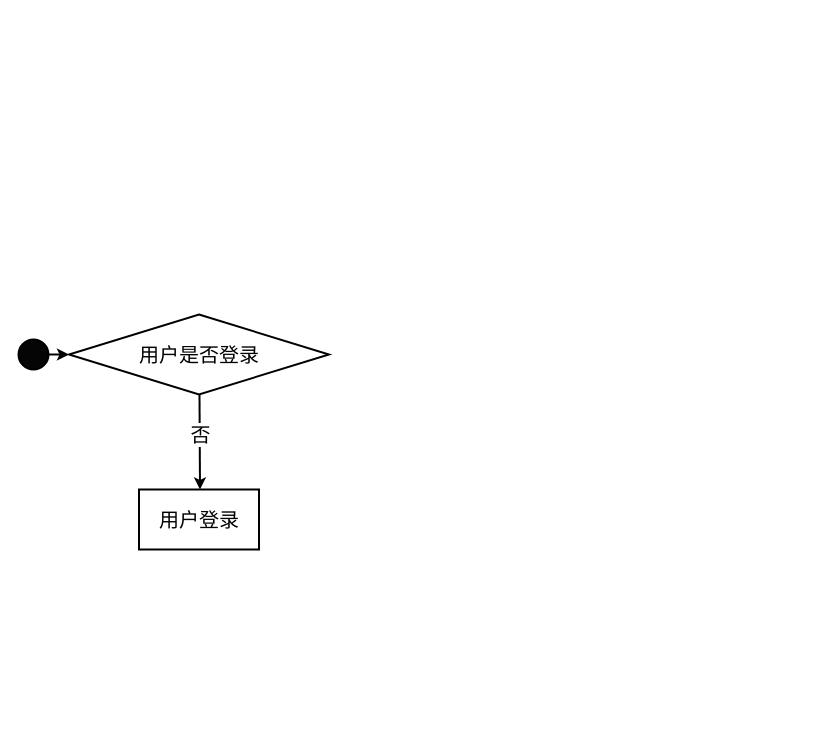
This is 2024-BUAA-SE/需求规格书/管理维护模块-业务流程.drawio from jongsh/drawio, a draw.io file, before an edit. Source tidied: cells renumbered, new cells numbered last; positions are measured from the earlier drawing's top-left corner, leaving out a move shared by most shapes. Both pictures are drawn from the tidied source at 100%, with x=0, y=0 at pixel (18, 314).
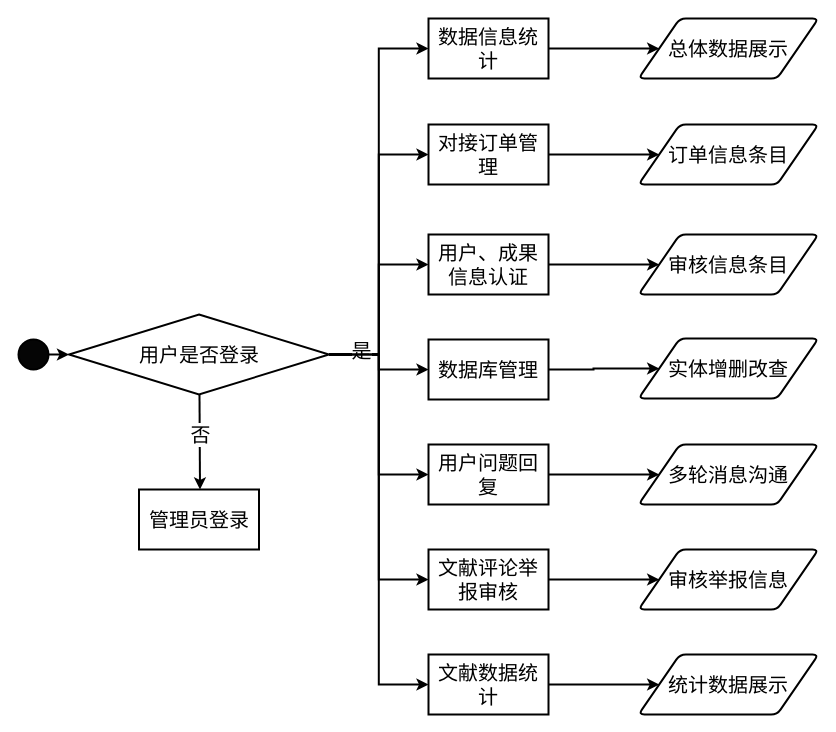
Above is the later version.

Commit message (it also covers changes not shown here):
更新管理维护模块-业务流程.drawio

Unchanged cells that the change refers to:
```xml
<mxCell id="3" value="&lt;font style=&quot;font-size: 20px;&quot;&gt;用户是否登录&lt;/font&gt;" style="rhombus;whiteSpace=wrap;html=1;strokeWidth=2;spacing=2;fontSize=20;fontColor=default;labelBackgroundColor=none;horizontal=1;" parent="1" vertex="1">
  <mxGeometry x="50.5" width="260" height="80" as="geometry" />
</mxCell>
<mxCell id="4" style="group;strokeWidth=2;spacing=2;fontSize=20;fontColor=default;labelBackgroundColor=none;horizontal=1;" parent="1" vertex="1">
  <mxGeometry x="120.5" y="175" width="120" height="60" as="geometry" />
</mxCell>
```

The edit, as a diff of the source:
```diff
@@
+    <mxCell id="9" style="edgeStyle=orthogonalEdgeStyle;rounded=0;jettySize=auto;html=1;exitX=1;exitY=0.5;exitDx=0;exitDy=0;entryX=0;entryY=0.5;entryDx=0;entryDy=0;fontSize=20;strokeWidth=2;" parent="1" edge="1" source="3" target="18">
+      <mxGeometry relative="1" as="geometry" />
+    </mxCell>
+    <mxCell id="10" style="edgeStyle=orthogonalEdgeStyle;rounded=0;jettySize=auto;html=1;exitX=1;exitY=0.5;exitDx=0;exitDy=0;entryX=0;entryY=0.5;entryDx=0;entryDy=0;fontSize=20;strokeWidth=2;" parent="1" edge="1" source="3" target="29">
+      <mxGeometry relative="1" as="geometry" />
+    </mxCell>
+    <mxCell id="11" style="edgeStyle=orthogonalEdgeStyle;rounded=0;jettySize=auto;html=1;exitX=1;exitY=0.5;exitDx=0;exitDy=0;entryX=0;entryY=0.5;entryDx=0;entryDy=0;fontSize=20;strokeWidth=2;" parent="1" edge="1" source="3" target="31">
+      <mxGeometry relative="1" as="geometry" />
+    </mxCell>
+    <mxCell id="12" style="edgeStyle=orthogonalEdgeStyle;rounded=0;jettySize=auto;html=1;exitX=1;exitY=0.5;exitDx=0;exitDy=0;entryX=0;entryY=0.5;entryDx=0;entryDy=0;fontSize=20;strokeWidth=2;" parent="1" edge="1" source="3" target="22">
+      <mxGeometry relative="1" as="geometry" />
+    </mxCell>
+    <mxCell id="13" style="edgeStyle=orthogonalEdgeStyle;rounded=0;jettySize=auto;html=1;exitX=1;exitY=0.5;exitDx=0;exitDy=0;entryX=0;entryY=0.5;entryDx=0;entryDy=0;fontSize=20;strokeWidth=2;" parent="1" edge="1" source="3" target="20">
+      <mxGeometry relative="1" as="geometry" />
+    </mxCell>
+    <mxCell id="14" value="是" style="edgeLabel;html=1;align=center;verticalAlign=middle;fontSize=20;" parent="13" vertex="1">
+      <mxGeometry x="-0.78" y="5" relative="1" as="geometry">
+        <mxPoint x="-1" as="offset" />
+      </mxGeometry>
+    </mxCell>
+    <mxCell id="15" style="edgeStyle=orthogonalEdgeStyle;rounded=0;jettySize=auto;html=1;exitX=1;exitY=0.5;exitDx=0;exitDy=0;entryX=0;entryY=0.5;entryDx=0;entryDy=0;strokeWidth=2;" parent="1" edge="1" source="3" target="38">
+      <mxGeometry relative="1" as="geometry" />
+    </mxCell>
+    <mxCell id="16" style="edgeStyle=orthogonalEdgeStyle;rounded=0;jettySize=auto;html=1;exitX=1;exitY=0.5;exitDx=0;exitDy=0;entryX=0;entryY=0.5;entryDx=0;entryDy=0;strokeWidth=2;" parent="1" edge="1" source="3" target="40">
+      <mxGeometry relative="1" as="geometry" />
+    </mxCell>
@@
-    <mxCell id="5" value="&lt;font style=&quot;font-size: 20px;&quot;&gt;用户登录&lt;/font&gt;" style="rounded=0;whiteSpace=wrap;html=1;strokeWidth=2;spacing=2;fontSize=20;fontColor=default;labelBackgroundColor=none;horizontal=1;" parent="4" vertex="1">
+    <mxCell id="5" value="&lt;font style=&quot;font-size: 20px;&quot;&gt;管理员登录&lt;/font&gt;" style="rounded=0;whiteSpace=wrap;html=1;strokeWidth=2;spacing=2;fontSize=20;fontColor=default;labelBackgroundColor=none;horizontal=1;" parent="4" vertex="1">
       <mxGeometry width="120" height="60" as="geometry" />
     </mxCell>
@@
+    <mxCell id="17" style="group;strokeWidth=2;spacing=2;fontSize=20;fontColor=default;labelBackgroundColor=none;horizontal=1;" parent="1" vertex="1">
+      <mxGeometry x="410" y="-80" width="120" height="60" as="geometry" />
+    </mxCell>
+    <mxCell id="18" value="&lt;font style=&quot;font-size: 20px;&quot;&gt;用户、成果信息认证&lt;/font&gt;" style="rounded=0;whiteSpace=wrap;html=1;strokeWidth=2;spacing=2;fontSize=20;fontColor=default;labelBackgroundColor=none;horizontal=1;" parent="17" vertex="1">
+      <mxGeometry width="120" height="60" as="geometry" />
+    </mxCell>
+    <mxCell id="19" style="group;strokeWidth=2;spacing=2;fontSize=20;fontColor=default;labelBackgroundColor=none;horizontal=1;" parent="1" vertex="1">
+      <mxGeometry x="410" y="-190" width="120" height="60" as="geometry" />
+    </mxCell>
+    <mxCell id="20" value="&lt;font style=&quot;font-size: 20px;&quot;&gt;对接订单管理&lt;/font&gt;" style="rounded=0;whiteSpace=wrap;html=1;strokeWidth=2;spacing=2;fontSize=20;fontColor=default;labelBackgroundColor=none;horizontal=1;" parent="19" vertex="1">
+      <mxGeometry width="120" height="60" as="geometry" />
+    </mxCell>
+    <mxCell id="21" style="group;strokeWidth=2;spacing=2;fontSize=20;fontColor=default;labelBackgroundColor=none;horizontal=1;" parent="1" vertex="1">
+      <mxGeometry x="410" y="-296" width="120" height="60" as="geometry" />
+    </mxCell>
+    <mxCell id="22" value="&lt;font style=&quot;font-size: 20px;&quot;&gt;数据信息统计&lt;/font&gt;" style="rounded=0;whiteSpace=wrap;html=1;strokeWidth=2;spacing=2;fontSize=20;fontColor=default;labelBackgroundColor=none;horizontal=1;" parent="21" vertex="1">
+      <mxGeometry width="120" height="60" as="geometry" />
+    </mxCell>
+    <mxCell id="23" value="总体数据展示" style="shape=parallelogram;html=1;strokeWidth=2;perimeter=parallelogramPerimeter;whiteSpace=wrap;rounded=1;arcSize=12;size=0.23;fontSize=20;" parent="1" vertex="1">
+      <mxGeometry x="620" y="-296" width="180" height="60" as="geometry" />
+    </mxCell>
+    <mxCell id="24" value="订单信息条目" style="shape=parallelogram;html=1;strokeWidth=2;perimeter=parallelogramPerimeter;whiteSpace=wrap;rounded=1;arcSize=12;size=0.23;fontSize=20;" parent="1" vertex="1">
+      <mxGeometry x="620" y="-190" width="180" height="60" as="geometry" />
+    </mxCell>
+    <mxCell id="25" value="多轮消息沟通" style="shape=parallelogram;html=1;strokeWidth=2;perimeter=parallelogramPerimeter;whiteSpace=wrap;rounded=1;arcSize=12;size=0.23;fontSize=20;" parent="1" vertex="1">
+      <mxGeometry x="620" y="130" width="180" height="60" as="geometry" />
+    </mxCell>
+    <mxCell id="26" value="审核信息条目" style="shape=parallelogram;html=1;strokeWidth=2;perimeter=parallelogramPerimeter;whiteSpace=wrap;rounded=1;arcSize=12;size=0.23;fontSize=20;" parent="1" vertex="1">
+      <mxGeometry x="620" y="-80" width="180" height="60" as="geometry" />
+    </mxCell>
+    <mxCell id="27" value="实体增删改查" style="shape=parallelogram;html=1;strokeWidth=2;perimeter=parallelogramPerimeter;whiteSpace=wrap;rounded=1;arcSize=12;size=0.23;fontSize=20;" parent="1" vertex="1">
+      <mxGeometry x="620" y="24" width="180" height="60" as="geometry" />
+    </mxCell>
+    <mxCell id="28" style="group;strokeWidth=2;spacing=2;fontSize=20;fontColor=default;labelBackgroundColor=none;horizontal=1;" parent="1" vertex="1">
+      <mxGeometry x="410" y="25" width="120" height="60" as="geometry" />
+    </mxCell>
+    <mxCell id="29" value="&lt;font style=&quot;font-size: 20px;&quot;&gt;数据库管理&lt;/font&gt;" style="rounded=0;whiteSpace=wrap;html=1;strokeWidth=2;spacing=2;fontSize=20;fontColor=default;labelBackgroundColor=none;horizontal=1;" parent="28" vertex="1">
+      <mxGeometry width="120" height="60" as="geometry" />
+    </mxCell>
+    <mxCell id="30" style="group;strokeWidth=2;spacing=2;fontSize=20;fontColor=default;labelBackgroundColor=none;horizontal=1;" parent="1" vertex="1">
+      <mxGeometry x="410" y="130" width="120" height="60" as="geometry" />
+    </mxCell>
+    <mxCell id="31" value="&lt;font style=&quot;font-size: 20px;&quot;&gt;用户问题回复&lt;/font&gt;" style="rounded=0;whiteSpace=wrap;html=1;strokeWidth=2;spacing=2;fontSize=20;fontColor=default;labelBackgroundColor=none;horizontal=1;" parent="30" vertex="1">
+      <mxGeometry width="120" height="60" as="geometry" />
+    </mxCell>
+    <mxCell id="32" style="edgeStyle=orthogonalEdgeStyle;rounded=0;jettySize=auto;html=1;exitX=1;exitY=0.5;exitDx=0;exitDy=0;entryX=0;entryY=0.5;entryDx=0;entryDy=0;fontSize=20;strokeWidth=2;" parent="1" edge="1" source="22" target="23">
+      <mxGeometry relative="1" as="geometry" />
+    </mxCell>
+    <mxCell id="33" style="edgeStyle=orthogonalEdgeStyle;rounded=0;jettySize=auto;html=1;exitX=1;exitY=0.5;exitDx=0;exitDy=0;entryX=0;entryY=0.5;entryDx=0;entryDy=0;fontSize=20;strokeWidth=2;" parent="1" edge="1" source="20" target="24">
+      <mxGeometry relative="1" as="geometry" />
+    </mxCell>
+    <mxCell id="34" style="edgeStyle=orthogonalEdgeStyle;rounded=0;jettySize=auto;html=1;exitX=1;exitY=0.5;exitDx=0;exitDy=0;entryX=0;entryY=0.5;entryDx=0;entryDy=0;fontSize=20;strokeWidth=2;" parent="1" edge="1" source="18" target="26">
+      <mxGeometry relative="1" as="geometry" />
+    </mxCell>
+    <mxCell id="35" style="edgeStyle=orthogonalEdgeStyle;rounded=0;jettySize=auto;html=1;exitX=1;exitY=0.5;exitDx=0;exitDy=0;entryX=0;entryY=0.5;entryDx=0;entryDy=0;fontSize=20;strokeWidth=2;" parent="1" edge="1" source="29" target="27">
+      <mxGeometry relative="1" as="geometry" />
+    </mxCell>
+    <mxCell id="36" style="edgeStyle=orthogonalEdgeStyle;rounded=0;jettySize=auto;html=1;exitX=1;exitY=0.5;exitDx=0;exitDy=0;entryX=0;entryY=0.5;entryDx=0;entryDy=0;fontSize=20;strokeWidth=2;" parent="1" edge="1" source="31" target="25">
+      <mxGeometry relative="1" as="geometry" />
+    </mxCell>
+    <mxCell id="37" style="group;strokeWidth=2;spacing=2;fontSize=20;fontColor=default;labelBackgroundColor=none;horizontal=1;" parent="1" vertex="1">
+      <mxGeometry x="410" y="235" width="120" height="60" as="geometry" />
+    </mxCell>
+    <mxCell id="38" value="&lt;font style=&quot;font-size: 20px;&quot;&gt;文献评论举报审核&lt;/font&gt;" style="rounded=0;whiteSpace=wrap;html=1;strokeWidth=2;spacing=2;fontSize=20;fontColor=default;labelBackgroundColor=none;horizontal=1;" parent="37" vertex="1">
+      <mxGeometry width="120" height="60" as="geometry" />
+    </mxCell>
+    <mxCell id="39" style="group;strokeWidth=2;spacing=2;fontSize=20;fontColor=default;labelBackgroundColor=none;horizontal=1;" parent="1" vertex="1">
+      <mxGeometry x="410" y="340" width="120" height="60" as="geometry" />
+    </mxCell>
+    <mxCell id="40" value="&lt;font style=&quot;font-size: 20px;&quot;&gt;文献数据统计&lt;/font&gt;" style="rounded=0;whiteSpace=wrap;html=1;strokeWidth=2;spacing=2;fontSize=20;fontColor=default;labelBackgroundColor=none;horizontal=1;" parent="39" vertex="1">
+      <mxGeometry width="120" height="60" as="geometry" />
+    </mxCell>
+    <mxCell id="41" value="统计数据展示" style="shape=parallelogram;html=1;strokeWidth=2;perimeter=parallelogramPerimeter;whiteSpace=wrap;rounded=1;arcSize=12;size=0.23;fontSize=20;" parent="1" vertex="1">
+      <mxGeometry x="620" y="340" width="180" height="60" as="geometry" />
+    </mxCell>
+    <mxCell id="42" value="审核举报信息" style="shape=parallelogram;html=1;strokeWidth=2;perimeter=parallelogramPerimeter;whiteSpace=wrap;rounded=1;arcSize=12;size=0.23;fontSize=20;" parent="1" vertex="1">
+      <mxGeometry x="620" y="235" width="180" height="60" as="geometry" />
+    </mxCell>
+    <mxCell id="43" style="edgeStyle=orthogonalEdgeStyle;rounded=0;jettySize=auto;html=1;exitX=1;exitY=0.5;exitDx=0;exitDy=0;entryX=0;entryY=0.5;entryDx=0;entryDy=0;strokeWidth=2;" parent="1" edge="1" source="38" target="42">
+      <mxGeometry relative="1" as="geometry" />
+    </mxCell>
+    <mxCell id="44" style="edgeStyle=orthogonalEdgeStyle;rounded=0;jettySize=auto;html=1;exitX=1;exitY=0.5;exitDx=0;exitDy=0;entryX=0;entryY=0.5;entryDx=0;entryDy=0;strokeWidth=2;" parent="1" edge="1" source="40" target="41">
+      <mxGeometry relative="1" as="geometry" />
+    </mxCell>
```
